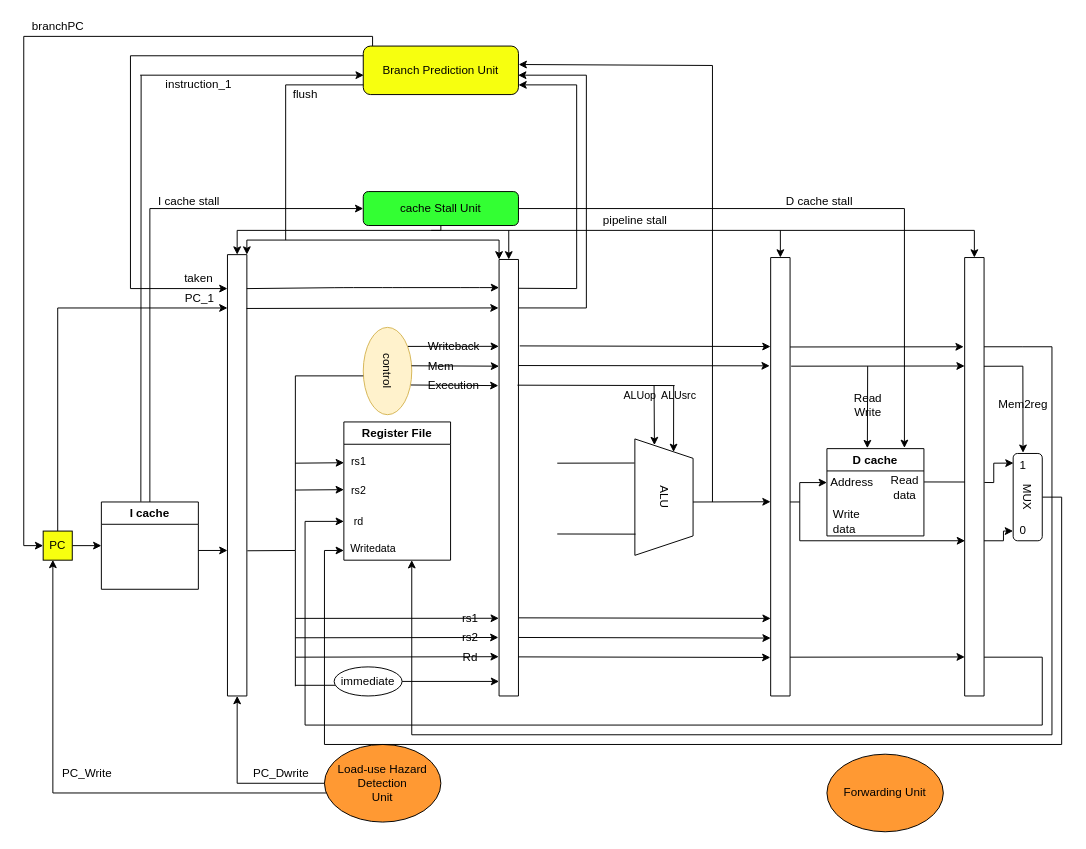
This is Untitled Diagram.drawio from JeterHwang/DSD, a draw.io file, before an edit. Source tidied: cells renumbered, new cells numbered last; positions are measured from the earlier drawing's top-left corner, leaving out a move shared by most shapes. Both pictures are drawn from the tidied source at 97%, with x=0, y=0 at pixel (23, 16).
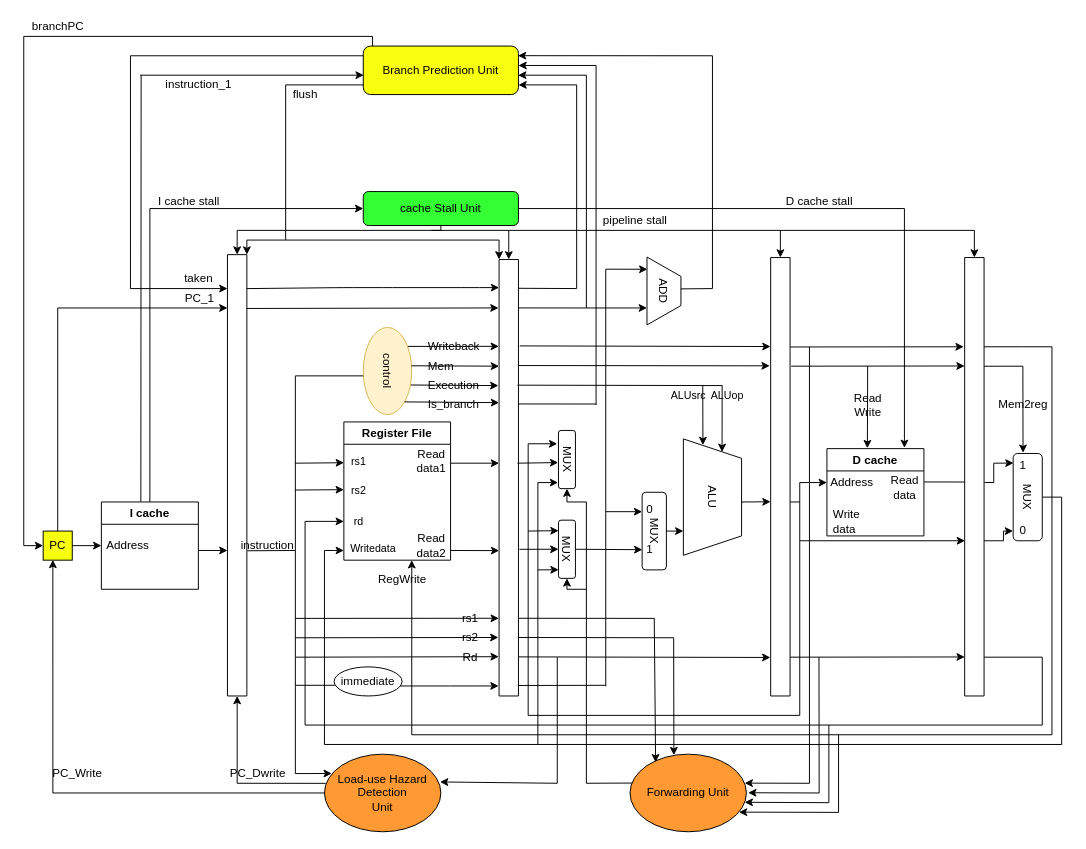
After the change.

Unchanged cells that the change refers to:
```xml
<mxCell id="3" style="swimlane;startSize=0;" parent="1" vertex="1">
  <mxGeometry x="490" y="250" width="20" height="450" as="geometry" />
</mxCell>
<mxCell id="14" value="Branch Prediction Unit" style="rounded=1;whiteSpace=wrap;html=1;glass=0;fillColor=#F7FF0F;" parent="1" vertex="1">
  <mxGeometry x="350" y="30" width="160" height="50" as="geometry" />
</mxCell>
<mxCell id="21" value="Register File" style="swimlane;glass=0;strokeColor=#000000;fillColor=#FFFFFF;" parent="1" vertex="1">
  <mxGeometry x="330" y="417.5" width="110" height="142.5" as="geometry" />
</mxCell>
<mxCell id="71" value="immediate" style="ellipse;whiteSpace=wrap;html=1;glass=0;strokeColor=#000000;fillColor=#FFFFFF;" parent="1" vertex="1">
  <mxGeometry x="320" y="670" width="70" height="30" as="geometry" />
</mxCell>
<mxCell id="76" value="control" style="ellipse;whiteSpace=wrap;html=1;rotation=90;fillColor=#fff2cc;strokeColor=#d6b656;" parent="1" vertex="1">
  <mxGeometry x="330" y="340" width="90" height="50" as="geometry" />
</mxCell>
```

The edit, as a diff of the source:
```diff
@@
     <mxCell id="15" value="Forwarding Unit" style="ellipse;whiteSpace=wrap;html=1;glass=0;strokeColor=#000000;fillColor=#FF9933;" parent="1" vertex="1">
-      <mxGeometry x="828" y="760" width="120" height="80" as="geometry" />
+      <mxGeometry x="625" y="760" width="120" height="80" as="geometry" />
     </mxCell>
     <mxCell id="16" value="ALU" style="shape=trapezoid;perimeter=trapezoidPerimeter;whiteSpace=wrap;html=1;fixedSize=1;glass=0;strokeColor=#000000;rotation=90;fillColor=#FFFFFF;" parent="1" vertex="1">
-      <mxGeometry x="600" y="465" width="120" height="60" as="geometry" />
+      <mxGeometry x="650" y="465" width="120" height="60" as="geometry" />
     </mxCell>
@@
+    <mxCell id="135" value="Read&lt;br&gt;data1" style="text;html=1;align=center;verticalAlign=middle;fillColor=none;strokeColor=none;rounded=0;" parent="21" vertex="1">
+      <mxGeometry x="65" y="25" width="50" height="30" as="geometry" />
+    </mxCell>
+    <mxCell id="136" value="Read&lt;br&gt;data2" style="text;html=1;align=center;verticalAlign=middle;fillColor=none;strokeColor=none;rounded=0;" parent="21" vertex="1">
+      <mxGeometry x="65" y="112.5" width="50" height="30" as="geometry" />
+    </mxCell>
@@
-    <mxCell id="48" style="endArrow=none;html=1;" parent="1" edge="1">
-      <mxGeometry relative="1" as="geometry">
-        <mxPoint x="710" y="500" as="sourcePoint" />
-        <mxPoint x="710" y="50" as="targetPoint" />
-      </mxGeometry>
-    </mxCell>
-    <mxCell id="49" style="endArrow=classic;html=1;entryX=1.001;entryY=0.38;entryDx=0;entryDy=0;entryPerimeter=0;" parent="1" edge="1" target="14">
+    <mxCell id="49" style="endArrow=classic;html=1;entryX=0.997;entryY=0.198;entryDx=0;entryDy=0;entryPerimeter=0;" parent="1" edge="1" target="14">
       <mxGeometry relative="1" as="geometry">
-        <mxPoint x="710" y="50" as="sourcePoint" />
+        <mxPoint x="710" y="40" as="sourcePoint" />
       </mxGeometry>
     </mxCell>
-    <mxCell id="50" style="endArrow=none;html=1;entryX=0.207;entryY=1.007;entryDx=0;entryDy=0;entryPerimeter=0;" parent="1" edge="1" target="16">
-      <mxGeometry relative="1" as="geometry">
-        <mxPoint x="550" y="460" as="sourcePoint" />
-      </mxGeometry>
-    </mxCell>
-    <mxCell id="51" style="endArrow=none;html=1;entryX=0.818;entryY=0.989;entryDx=0;entryDy=0;entryPerimeter=0;" parent="1" edge="1" target="16">
-      <mxGeometry relative="1" as="geometry">
-        <mxPoint x="550" y="533" as="sourcePoint" />
-      </mxGeometry>
-    </mxCell>
-    <mxCell id="52" style="endArrow=classic;html=1;entryX=0.053;entryY=0.664;entryDx=0;entryDy=0;entryPerimeter=0;exitX=-0.004;exitY=-0.022;exitDx=0;exitDy=0;exitPerimeter=0;" parent="1" edge="1" source="86" target="16">
-      <mxGeometry relative="1" as="geometry" />
+    <mxCell id="52" style="endArrow=classic;html=1;entryX=0.053;entryY=0.664;entryDx=0;entryDy=0;entryPerimeter=0;" parent="1" edge="1" target="16">
+      <mxGeometry relative="1" as="geometry">
+        <mxPoint x="700" y="380" as="sourcePoint" />
+      </mxGeometry>
     </mxCell>
-    <mxCell id="53" style="endArrow=classic;html=1;entryX=0.112;entryY=0.335;entryDx=0;entryDy=0;entryPerimeter=0;exitX=0.4;exitY=0.005;exitDx=0;exitDy=0;exitPerimeter=0;" parent="1" edge="1" source="86" target="16">
-      <mxGeometry relative="1" as="geometry" />
+    <mxCell id="53" style="endArrow=classic;html=1;entryX=0.112;entryY=0.335;entryDx=0;entryDy=0;entryPerimeter=0;" parent="1" edge="1" target="16">
+      <mxGeometry relative="1" as="geometry">
+        <mxPoint x="720" y="380" as="sourcePoint" />
+      </mxGeometry>
     </mxCell>
@@
     <mxCell id="63" value="Load-use Hazard Detection &lt;br&gt;Unit" style="ellipse;whiteSpace=wrap;html=1;glass=0;strokeColor=#000000;fillColor=#FF9933;" parent="1" vertex="1">
-      <mxGeometry x="310" y="750" width="120" height="80" as="geometry" />
+      <mxGeometry x="310" y="760" width="120" height="80" as="geometry" />
     </mxCell>
-    <mxCell id="64" style="endArrow=none;html=1;exitX=0;exitY=0.5;exitDx=0;exitDy=0;" parent="1" edge="1" source="63">
+    <mxCell id="64" style="endArrow=none;html=1;exitX=0.012;exitY=0.376;exitDx=0;exitDy=0;exitPerimeter=0;" parent="1" edge="1" source="63">
       <mxGeometry relative="1" as="geometry">
         <mxPoint x="220" y="790" as="targetPoint" />
       </mxGeometry>
     </mxCell>
-    <mxCell id="65" style="endArrow=none;html=1;entryX=0.016;entryY=0.625;entryDx=0;entryDy=0;entryPerimeter=0;" parent="1" edge="1" target="63">
+    <mxCell id="65" style="endArrow=none;html=1;entryX=0;entryY=0.5;entryDx=0;entryDy=0;" parent="1" edge="1" target="63">
       <mxGeometry relative="1" as="geometry">
         <mxPoint x="30" y="800" as="sourcePoint" />
       </mxGeometry>
     </mxCell>
@@
     <mxCell id="68" value="PC_Dwrite" style="text;html=1;align=center;verticalAlign=middle;fillColor=none;strokeColor=none;rounded=0;glass=0;" parent="1" vertex="1">
-      <mxGeometry x="230" y="770" width="70" height="20" as="geometry" />
+      <mxGeometry x="206" y="770" width="70" height="20" as="geometry" />
     </mxCell>
     <mxCell id="69" value="PC_Write" style="text;html=1;align=center;verticalAlign=middle;fillColor=none;strokeColor=none;rounded=0;glass=0;" parent="1" vertex="1">
-      <mxGeometry x="30" y="770" width="70" height="20" as="geometry" />
+      <mxGeometry x="20" y="770" width="70" height="20" as="geometry" />
     </mxCell>
-    <mxCell id="70" style="edgeStyle=orthogonalEdgeStyle;rounded=0;jettySize=auto;html=1;" parent="1" edge="1" source="71">
+    <mxCell id="70" style="edgeStyle=orthogonalEdgeStyle;rounded=0;jettySize=auto;html=1;entryX=-0.024;entryY=0.977;entryDx=0;entryDy=0;entryPerimeter=0;" parent="1" edge="1" source="71" target="3">
       <mxGeometry relative="1" as="geometry">
-        <mxPoint x="490" y="685" as="targetPoint" />
         <Array as="points">
-          <mxPoint x="490" y="685" />
+          <mxPoint x="440" y="690" />
         </Array>
       </mxGeometry>
     </mxCell>
@@
     <mxCell id="85" value="&lt;font style=&quot;font-size: 11px&quot;&gt;ALUop&lt;/font&gt;" style="text;html=1;align=center;verticalAlign=middle;fillColor=none;strokeColor=none;rounded=0;" parent="1" vertex="1">
-      <mxGeometry x="610" y="380" width="50" height="20" as="geometry" />
+      <mxGeometry x="700" y="380" width="50" height="20" as="geometry" />
     </mxCell>
     <mxCell id="86" value="&lt;font style=&quot;font-size: 11px&quot;&gt;ALUsrc&lt;/font&gt;" style="text;html=1;align=center;verticalAlign=middle;points=[];fillColor=none;strokeColor=none;rounded=0;" parent="1" vertex="1">
-      <mxGeometry x="650" y="380" width="50" height="20" as="geometry" />
+      <mxGeometry x="660" y="380" width="50" height="20" as="geometry" />
     </mxCell>
     <mxCell id="87" style="endArrow=none;html=1;exitX=0.95;exitY=0.288;exitDx=0;exitDy=0;exitPerimeter=0;" parent="1" edge="1" source="3">
       <mxGeometry relative="1" as="geometry">
-        <mxPoint x="671" y="380" as="targetPoint" />
+        <mxPoint x="720" y="380" as="targetPoint" />
       </mxGeometry>
     </mxCell>
@@
-    <mxCell id="111" style="endArrow=classic;html=1;exitX=1.017;exitY=0.821;exitDx=0;exitDy=0;exitPerimeter=0;" parent="1" edge="1" source="3">
-      <mxGeometry relative="1" as="geometry">
-        <mxPoint x="770" y="620" as="targetPoint" />
-      </mxGeometry>
-    </mxCell>
-    <mxCell id="112" style="endArrow=classic;html=1;exitX=1.017;exitY=0.821;exitDx=0;exitDy=0;exitPerimeter=0;" parent="1" edge="1">
-      <mxGeometry relative="1" as="geometry">
-        <mxPoint x="510.3" y="639.7" as="sourcePoint" />
-        <mxPoint x="770" y="640.3" as="targetPoint" />
-      </mxGeometry>
-    </mxCell>
@@
+    <mxCell id="137" style="endArrow=classic;html=1;" parent="1" edge="1">
+      <mxGeometry relative="1" as="geometry">
+        <mxPoint x="440" y="460" as="sourcePoint" />
+        <mxPoint x="490" y="460" as="targetPoint" />
+      </mxGeometry>
+    </mxCell>
+    <mxCell id="138" style="endArrow=classic;html=1;entryX=0.552;entryY=1.016;entryDx=0;entryDy=0;entryPerimeter=0;" parent="1" edge="1" target="159">
+      <mxGeometry relative="1" as="geometry">
+        <mxPoint x="509" y="460" as="sourcePoint" />
+      </mxGeometry>
+    </mxCell>
+    <mxCell id="139" style="endArrow=classic;html=1;" parent="1" edge="1">
+      <mxGeometry relative="1" as="geometry">
+        <mxPoint x="660" y="530" as="sourcePoint" />
+        <mxPoint x="680" y="530" as="targetPoint" />
+      </mxGeometry>
+    </mxCell>
+    <mxCell id="140" style="endArrow=classic;html=1;exitX=1;exitY=0;exitDx=0;exitDy=0;entryX=0.002;entryY=0.328;entryDx=0;entryDy=0;entryPerimeter=0;" parent="1" edge="1" source="76" target="3">
+      <mxGeometry relative="1" as="geometry" />
+    </mxCell>
+    <mxCell id="141" value="Is_branch" style="text;html=1;align=left;verticalAlign=middle;fillColor=none;strokeColor=none;rounded=0;" parent="1" vertex="1">
+      <mxGeometry x="415" y="390" width="70" height="20" as="geometry" />
+    </mxCell>
+    <mxCell id="142" style="endArrow=none;html=1;exitX=0.994;exitY=0.331;exitDx=0;exitDy=0;exitPerimeter=0;" parent="1" edge="1" source="3">
+      <mxGeometry relative="1" as="geometry">
+        <mxPoint x="590" y="399" as="targetPoint" />
+      </mxGeometry>
+    </mxCell>
+    <mxCell id="143" style="endArrow=none;html=1;" parent="1" edge="1">
+      <mxGeometry relative="1" as="geometry">
+        <mxPoint x="590" y="400" as="sourcePoint" />
+        <mxPoint x="590" y="50" as="targetPoint" />
+      </mxGeometry>
+    </mxCell>
+    <mxCell id="144" style="endArrow=classic;html=1;" parent="1" edge="1">
+      <mxGeometry relative="1" as="geometry">
+        <mxPoint x="590" y="50" as="sourcePoint" />
+        <mxPoint x="510" y="50" as="targetPoint" />
+      </mxGeometry>
+    </mxCell>
+    <mxCell id="145" value="RegWrite" style="text;html=1;align=center;verticalAlign=middle;fillColor=none;strokeColor=none;rounded=0;" parent="1" vertex="1">
+      <mxGeometry x="355" y="570" width="70" height="20" as="geometry" />
+    </mxCell>
+    <mxCell id="146" value="Address" style="text;html=1;align=center;verticalAlign=middle;fillColor=none;strokeColor=none;rounded=0;" parent="1" vertex="1">
+      <mxGeometry x="77" y="535" width="60" height="20" as="geometry" />
+    </mxCell>
+    <mxCell id="147" value="ADD" style="shape=trapezoid;perimeter=trapezoidPerimeter;whiteSpace=wrap;html=1;fixedSize=1;glass=0;strokeColor=#000000;rotation=90;fillColor=#FFFFFF;" parent="1" vertex="1">
+      <mxGeometry x="625" y="265" width="70" height="35" as="geometry" />
+    </mxCell>
+    <mxCell id="148" style="endArrow=none;html=1;exitX=1.025;exitY=0.976;exitDx=0;exitDy=0;exitPerimeter=0;" parent="1" edge="1" source="3">
+      <mxGeometry relative="1" as="geometry">
+        <mxPoint x="600" y="689" as="targetPoint" />
+      </mxGeometry>
+    </mxCell>
+    <mxCell id="149" style="endArrow=classic;html=1;entryX=0.18;entryY=0.988;entryDx=0;entryDy=0;entryPerimeter=0;" parent="1" edge="1" target="147">
+      <mxGeometry relative="1" as="geometry">
+        <mxPoint x="600" y="260" as="sourcePoint" />
+      </mxGeometry>
+    </mxCell>
+    <mxCell id="150" style="endArrow=classic;html=1;entryX=0.75;entryY=1;entryDx=0;entryDy=0;" parent="1" edge="1" target="147">
+      <mxGeometry relative="1" as="geometry">
+        <mxPoint x="580" y="300" as="sourcePoint" />
+      </mxGeometry>
+    </mxCell>
+    <mxCell id="151" value="MUX" style="rounded=1;whiteSpace=wrap;html=1;rotation=90;" parent="1" vertex="1">
+      <mxGeometry x="610" y="517.5" width="80" height="25" as="geometry" />
+    </mxCell>
+    <mxCell id="152" style="endArrow=classic;html=1;exitX=0.5;exitY=0;exitDx=0;exitDy=0;entryX=0.74;entryY=0.99;entryDx=0;entryDy=0;entryPerimeter=0;" parent="1" edge="1" source="160" target="151">
+      <mxGeometry relative="1" as="geometry" />
+    </mxCell>
+    <mxCell id="153" value="0" style="text;html=1;align=right;verticalAlign=middle;fillColor=none;strokeColor=none;rounded=0;" parent="1" vertex="1">
+      <mxGeometry x="630" y="497.5" width="20" height="20" as="geometry" />
+    </mxCell>
+    <mxCell id="154" value="&lt;div&gt;&lt;span&gt;1&lt;/span&gt;&lt;/div&gt;" style="text;html=1;align=right;verticalAlign=middle;fillColor=none;strokeColor=none;rounded=0;" parent="1" vertex="1">
+      <mxGeometry x="630" y="538.8" width="20" height="20" as="geometry" />
+    </mxCell>
+    <mxCell id="155" value="instruction" style="text;html=1;align=center;verticalAlign=middle;fillColor=none;strokeColor=none;rounded=0;" parent="1" vertex="1">
+      <mxGeometry x="216" y="535" width="70" height="20" as="geometry" />
+    </mxCell>
+    <mxCell id="156" style="endArrow=none;html=1;" parent="1" edge="1">
+      <mxGeometry relative="1" as="geometry">
+        <mxPoint x="600" y="690" as="sourcePoint" />
+        <mxPoint x="600" y="260" as="targetPoint" />
+      </mxGeometry>
+    </mxCell>
+    <mxCell id="157" style="endArrow=none;html=1;exitX=0.469;exitY=0.001;exitDx=0;exitDy=0;exitPerimeter=0;" parent="1" edge="1" source="147">
+      <mxGeometry relative="1" as="geometry">
+        <mxPoint x="710" y="280" as="targetPoint" />
+      </mxGeometry>
+    </mxCell>
+    <mxCell id="158" style="endArrow=none;html=1;" parent="1" edge="1">
+      <mxGeometry relative="1" as="geometry">
+        <mxPoint x="710" y="280" as="sourcePoint" />
+        <mxPoint x="710" y="40" as="targetPoint" />
+      </mxGeometry>
+    </mxCell>
+    <mxCell id="159" value="MUX" style="rounded=1;whiteSpace=wrap;html=1;rotation=90;" parent="1" vertex="1">
+      <mxGeometry x="530" y="447.5" width="60" height="17.5" as="geometry" />
+    </mxCell>
+    <mxCell id="160" value="MUX" style="rounded=1;whiteSpace=wrap;html=1;rotation=90;" parent="1" vertex="1">
+      <mxGeometry x="530" y="540" width="60" height="17.5" as="geometry" />
+    </mxCell>
+    <mxCell id="161" style="endArrow=classic;html=1;exitX=1.05;exitY=0.664;exitDx=0;exitDy=0;exitPerimeter=0;entryX=0.5;entryY=1;entryDx=0;entryDy=0;" parent="1" edge="1" source="3" target="160">
+      <mxGeometry relative="1" as="geometry" />
+    </mxCell>
+    <mxCell id="162" style="endArrow=classic;html=1;entryX=0.005;entryY=0.667;entryDx=0;entryDy=0;entryPerimeter=0;" parent="1" edge="1" target="3">
+      <mxGeometry relative="1" as="geometry">
+        <mxPoint x="440" y="550" as="sourcePoint" />
+      </mxGeometry>
+    </mxCell>
+    <mxCell id="163" style="endArrow=classic;html=1;entryX=0.25;entryY=1;entryDx=0;entryDy=0;" parent="1" edge="1" target="151">
+      <mxGeometry relative="1" as="geometry">
+        <mxPoint x="600" y="510" as="sourcePoint" />
+      </mxGeometry>
+    </mxCell>
+    <mxCell id="164" style="endArrow=classic;html=1;entryX=0.22;entryY=0.104;entryDx=0;entryDy=0;entryPerimeter=0;" parent="1" edge="1" target="15">
+      <mxGeometry relative="1" as="geometry">
+        <mxPoint x="650" y="620" as="sourcePoint" />
+      </mxGeometry>
+    </mxCell>
+    <mxCell id="165" style="endArrow=classic;html=1;entryX=0.377;entryY=0.013;entryDx=0;entryDy=0;entryPerimeter=0;" parent="1" edge="1" target="15">
+      <mxGeometry relative="1" as="geometry">
+        <mxPoint x="670" y="640" as="sourcePoint" />
+      </mxGeometry>
+    </mxCell>
+    <mxCell id="166" style="endArrow=none;html=1;entryX=0.017;entryY=0.372;entryDx=0;entryDy=0;entryPerimeter=0;" parent="1" edge="1" target="15">
+      <mxGeometry relative="1" as="geometry">
+        <mxPoint x="580" y="790" as="sourcePoint" />
+      </mxGeometry>
+    </mxCell>
+    <mxCell id="167" style="endArrow=none;html=1;" parent="1" edge="1">
+      <mxGeometry relative="1" as="geometry">
+        <mxPoint x="580" y="790" as="sourcePoint" />
+        <mxPoint x="580" y="500" as="targetPoint" />
+      </mxGeometry>
+    </mxCell>
+    <mxCell id="168" style="endArrow=none;html=1;" parent="1" edge="1">
+      <mxGeometry relative="1" as="geometry">
+        <mxPoint x="560" y="500" as="sourcePoint" />
+        <mxPoint x="580" y="500" as="targetPoint" />
+      </mxGeometry>
+    </mxCell>
+    <mxCell id="169" style="endArrow=none;html=1;" parent="1" edge="1">
+      <mxGeometry relative="1" as="geometry">
+        <mxPoint x="560" y="590" as="sourcePoint" />
+        <mxPoint x="580" y="590" as="targetPoint" />
+      </mxGeometry>
+    </mxCell>
+    <mxCell id="170" style="endArrow=classic;html=1;entryX=1;entryY=0.5;entryDx=0;entryDy=0;" parent="1" edge="1" target="160">
+      <mxGeometry relative="1" as="geometry">
+        <mxPoint x="560" y="590" as="sourcePoint" />
+      </mxGeometry>
+    </mxCell>
+    <mxCell id="171" style="endArrow=classic;html=1;entryX=1;entryY=0.5;entryDx=0;entryDy=0;" parent="1" edge="1" target="159">
+      <mxGeometry relative="1" as="geometry">
+        <mxPoint x="560" y="500" as="sourcePoint" />
+      </mxGeometry>
+    </mxCell>
+    <mxCell id="172" style="endArrow=none;html=1;exitX=0.98;exitY=0.822;exitDx=0;exitDy=0;exitPerimeter=0;" parent="1" edge="1" source="3">
+      <mxGeometry relative="1" as="geometry">
+        <mxPoint x="650" y="620" as="targetPoint" />
+      </mxGeometry>
+    </mxCell>
+    <mxCell id="173" style="endArrow=none;html=1;exitX=1.02;exitY=0.866;exitDx=0;exitDy=0;exitPerimeter=0;" parent="1" edge="1" source="3">
+      <mxGeometry relative="1" as="geometry">
+        <mxPoint x="670" y="640" as="targetPoint" />
+      </mxGeometry>
+    </mxCell>
+    <mxCell id="174" style="endArrow=none;html=1;" parent="1" edge="1">
+      <mxGeometry relative="1" as="geometry">
+        <mxPoint x="820" y="800" as="sourcePoint" />
+        <mxPoint x="819.8" y="660" as="targetPoint" />
+      </mxGeometry>
+    </mxCell>
+    <mxCell id="175" style="endArrow=classic;html=1;entryX=0.985;entryY=0.373;entryDx=0;entryDy=0;entryPerimeter=0;" parent="1" edge="1" target="15">
+      <mxGeometry relative="1" as="geometry">
+        <mxPoint x="810" y="790" as="sourcePoint" />
+      </mxGeometry>
+    </mxCell>
+    <mxCell id="176" style="endArrow=none;html=1;" parent="1" edge="1">
+      <mxGeometry relative="1" as="geometry">
+        <mxPoint x="840" y="820" as="sourcePoint" />
+        <mxPoint x="840" y="740" as="targetPoint" />
+      </mxGeometry>
+    </mxCell>
+    <mxCell id="177" style="endArrow=classic;html=1;entryX=0.936;entryY=0.747;entryDx=0;entryDy=0;entryPerimeter=0;" parent="1" edge="1" target="15">
+      <mxGeometry relative="1" as="geometry">
+        <mxPoint x="840" y="820" as="sourcePoint" />
+      </mxGeometry>
+    </mxCell>
+    <mxCell id="178" style="endArrow=none;html=1;" parent="1" edge="1">
+      <mxGeometry relative="1" as="geometry">
+        <mxPoint x="830" y="810" as="sourcePoint" />
+        <mxPoint x="830" y="730" as="targetPoint" />
+      </mxGeometry>
+    </mxCell>
+    <mxCell id="179" style="endArrow=classic;html=1;entryX=0.985;entryY=0.62;entryDx=0;entryDy=0;entryPerimeter=0;" parent="1" edge="1" target="15">
+      <mxGeometry relative="1" as="geometry">
+        <mxPoint x="830" y="810" as="sourcePoint" />
+      </mxGeometry>
+    </mxCell>
+    <mxCell id="180" style="endArrow=none;html=1;" parent="1" edge="1">
+      <mxGeometry relative="1" as="geometry">
+        <mxPoint x="810" y="790" as="sourcePoint" />
+        <mxPoint x="810" y="340" as="targetPoint" />
+      </mxGeometry>
+    </mxCell>
+    <mxCell id="181" style="endArrow=classic;html=1;entryX=1.015;entryY=0.497;entryDx=0;entryDy=0;entryPerimeter=0;" parent="1" edge="1" target="15">
+      <mxGeometry relative="1" as="geometry">
+        <mxPoint x="820" y="800" as="sourcePoint" />
+      </mxGeometry>
+    </mxCell>
+    <mxCell id="182" style="endArrow=none;html=1;" parent="1" edge="1">
+      <mxGeometry relative="1" as="geometry">
+        <mxPoint x="800" y="720" as="sourcePoint" />
+        <mxPoint x="800" y="540" as="targetPoint" />
+      </mxGeometry>
+    </mxCell>
+    <mxCell id="183" style="endArrow=none;html=1;" parent="1" edge="1">
+      <mxGeometry relative="1" as="geometry">
+        <mxPoint x="520" y="720" as="sourcePoint" />
+        <mxPoint x="800" y="720" as="targetPoint" />
+      </mxGeometry>
+    </mxCell>
+    <mxCell id="184" style="endArrow=none;html=1;" parent="1" edge="1">
+      <mxGeometry relative="1" as="geometry">
+        <mxPoint x="520" y="720" as="sourcePoint" />
+        <mxPoint x="520" y="440" as="targetPoint" />
+      </mxGeometry>
+    </mxCell>
+    <mxCell id="185" style="endArrow=classic;html=1;" parent="1" edge="1">
+      <mxGeometry relative="1" as="geometry">
+        <mxPoint x="520" y="440" as="sourcePoint" />
+        <mxPoint x="550" y="440" as="targetPoint" />
+      </mxGeometry>
+    </mxCell>
+    <mxCell id="186" style="endArrow=classic;html=1;entryX=0.18;entryY=0.992;entryDx=0;entryDy=0;entryPerimeter=0;" parent="1" edge="1" target="160">
+      <mxGeometry relative="1" as="geometry">
+        <mxPoint x="520" y="530" as="sourcePoint" />
+      </mxGeometry>
+    </mxCell>
+    <mxCell id="187" style="endArrow=none;html=1;" parent="1" edge="1">
+      <mxGeometry relative="1" as="geometry">
+        <mxPoint x="530" y="750" as="sourcePoint" />
+        <mxPoint x="530" y="480" as="targetPoint" />
+      </mxGeometry>
+    </mxCell>
+    <mxCell id="188" style="endArrow=classic;html=1;entryX=0.896;entryY=1.022;entryDx=0;entryDy=0;entryPerimeter=0;" parent="1" edge="1" target="159">
+      <mxGeometry relative="1" as="geometry">
+        <mxPoint x="530" y="480" as="sourcePoint" />
+      </mxGeometry>
+    </mxCell>
+    <mxCell id="189" style="endArrow=classic;html=1;entryX=0.852;entryY=0.99;entryDx=0;entryDy=0;entryPerimeter=0;" parent="1" edge="1" target="160">
+      <mxGeometry relative="1" as="geometry">
+        <mxPoint x="530" y="570" as="sourcePoint" />
+      </mxGeometry>
+    </mxCell>
+    <mxCell id="190" style="endArrow=none;html=1;" parent="1" edge="1">
+      <mxGeometry relative="1" as="geometry">
+        <mxPoint x="550" y="790" as="sourcePoint" />
+        <mxPoint x="550" y="660" as="targetPoint" />
+      </mxGeometry>
+    </mxCell>
+    <mxCell id="191" style="endArrow=classic;html=1;entryX=0.993;entryY=0.358;entryDx=0;entryDy=0;entryPerimeter=0;" parent="1" edge="1" target="63">
+      <mxGeometry relative="1" as="geometry">
+        <mxPoint x="550" y="790" as="sourcePoint" />
+      </mxGeometry>
+    </mxCell>
+    <mxCell id="192" style="endArrow=none;html=1;" parent="1" edge="1">
+      <mxGeometry relative="1" as="geometry">
+        <mxPoint x="280" y="780" as="sourcePoint" />
+        <mxPoint x="280" y="690" as="targetPoint" />
+      </mxGeometry>
+    </mxCell>
+    <mxCell id="193" style="endArrow=classic;html=1;entryX=0.063;entryY=0.249;entryDx=0;entryDy=0;entryPerimeter=0;" parent="1" edge="1" target="63">
+      <mxGeometry relative="1" as="geometry">
+        <mxPoint x="280" y="780" as="sourcePoint" />
+      </mxGeometry>
+    </mxCell>
```
